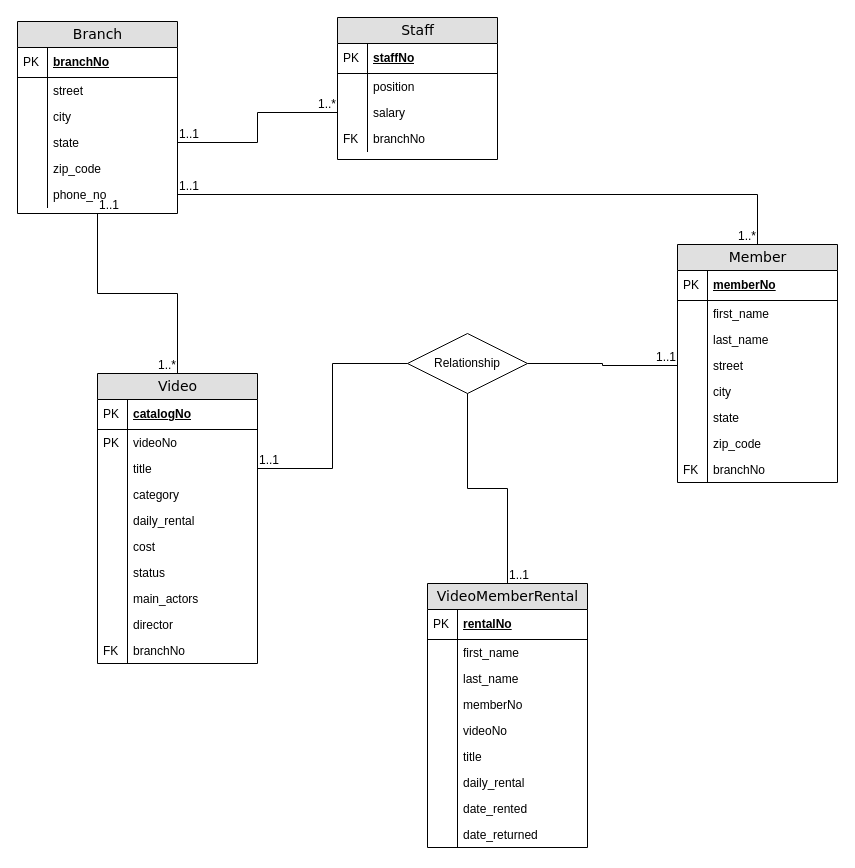
The draw.io diagram 6623_phase1.drawio in jilv220/UMLs, before the edit. Source tidied: cells renumbered, new cells numbered last; positions are measured from the earlier drawing's top-left corner, leaving out a move shared by most shapes. Both pictures are drawn from the tidied source at 100%, with x=0, y=0 at pixel (17, 17).
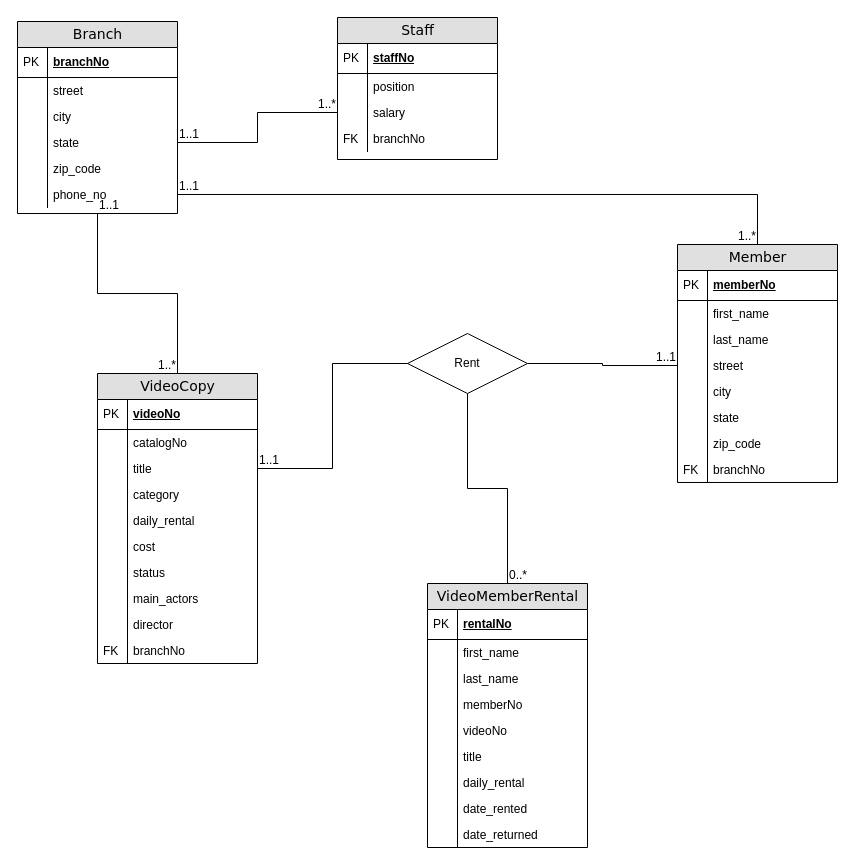
The same page after the edit.

The change refers to these unchanged cells:
```xml
<mxCell id="93" style="endArrow=none;html=1;rounded=0;entryX=0.5;entryY=1;entryDx=0;entryDy=0;edgeStyle=orthogonalEdgeStyle;exitX=0.5;exitY=0;exitDx=0;exitDy=0;" parent="1" edge="1" source="71" target="90">
  <mxGeometry relative="1" as="geometry" />
</mxCell>
```

Diff of the diagram source:
```diff
@@
-    <mxCell id="47" value="Video" style="swimlane;html=1;fontStyle=0;horizontal=1;startSize=26;fillColor=#e0e0e0;swimlaneFillColor=#ffffff;align=center;rounded=0;shadow=0;comic=0;labelBackgroundColor=none;strokeWidth=1;fontFamily=Verdana;fontSize=14;" parent="1" vertex="1">
+    <mxCell id="47" value="VideoCopy" style="swimlane;html=1;fontStyle=0;horizontal=1;startSize=26;fillColor=#e0e0e0;swimlaneFillColor=#ffffff;align=center;rounded=0;shadow=0;comic=0;labelBackgroundColor=none;strokeWidth=1;fontFamily=Verdana;fontSize=14;" parent="1" vertex="1">
       <mxGeometry x="80" y="356" width="160" height="290" as="geometry" />
     </mxCell>
-    <mxCell id="48" value="catalogNo" style="shape=partialRectangle;top=0;left=0;right=0;bottom=1;html=1;align=left;verticalAlign=middle;fillColor=none;spacingLeft=34;spacingRight=4;whiteSpace=wrap;overflow=hidden;fontStyle=5;" parent="47" vertex="1">
+    <mxCell id="48" value="videoNo" style="shape=partialRectangle;top=0;left=0;right=0;bottom=1;html=1;align=left;verticalAlign=middle;fillColor=none;spacingLeft=34;spacingRight=4;whiteSpace=wrap;overflow=hidden;fontStyle=5;" parent="47" vertex="1">
       <mxGeometry y="26" width="160" height="30" as="geometry" />
     </mxCell>
@@
-    <mxCell id="50" value="videoNo" style="shape=partialRectangle;top=0;left=0;right=0;bottom=0;html=1;align=left;verticalAlign=top;fillColor=none;spacingLeft=34;spacingRight=4;whiteSpace=wrap;overflow=hidden;" parent="47" vertex="1">
+    <mxCell id="50" value="catalogNo" style="shape=partialRectangle;top=0;left=0;right=0;bottom=0;html=1;align=left;verticalAlign=top;fillColor=none;spacingLeft=34;spacingRight=4;whiteSpace=wrap;overflow=hidden;" parent="47" vertex="1">
       <mxGeometry y="56" width="160" height="26" as="geometry" />
     </mxCell>
-    <mxCell id="51" value="PK" style="shape=partialRectangle;top=0;left=0;bottom=0;html=1;fillColor=none;align=left;verticalAlign=top;spacingLeft=4;spacingRight=4;whiteSpace=wrap;overflow=hidden;" parent="50" vertex="1">
+    <mxCell id="51" style="shape=partialRectangle;top=0;left=0;bottom=0;html=1;fillColor=none;align=left;verticalAlign=top;spacingLeft=4;spacingRight=4;whiteSpace=wrap;overflow=hidden;" parent="50" vertex="1">
       <mxGeometry width="30" height="26" as="geometry" />
     </mxCell>
@@
-    <mxCell id="90" value="Relationship" style="shape=rhombus;perimeter=rhombusPerimeter;whiteSpace=wrap;html=1;align=center;" parent="1" vertex="1">
+    <mxCell id="90" value="Rent" style="shape=rhombus;perimeter=rhombusPerimeter;whiteSpace=wrap;html=1;align=center;" parent="1" vertex="1">
       <mxGeometry x="390" y="316" width="120" height="60" as="geometry" />
     </mxCell>
@@
-    <mxCell id="94" value="1..1" style="html=1;whiteSpace=wrap;align=left;verticalAlign=bottom;" parent="93" vertex="1">
+    <mxCell id="94" value="0..*" style="html=1;whiteSpace=wrap;align=left;verticalAlign=bottom;" parent="93" vertex="1">
       <mxGeometry x="-1" relative="1" as="geometry" />
     </mxCell>
```
